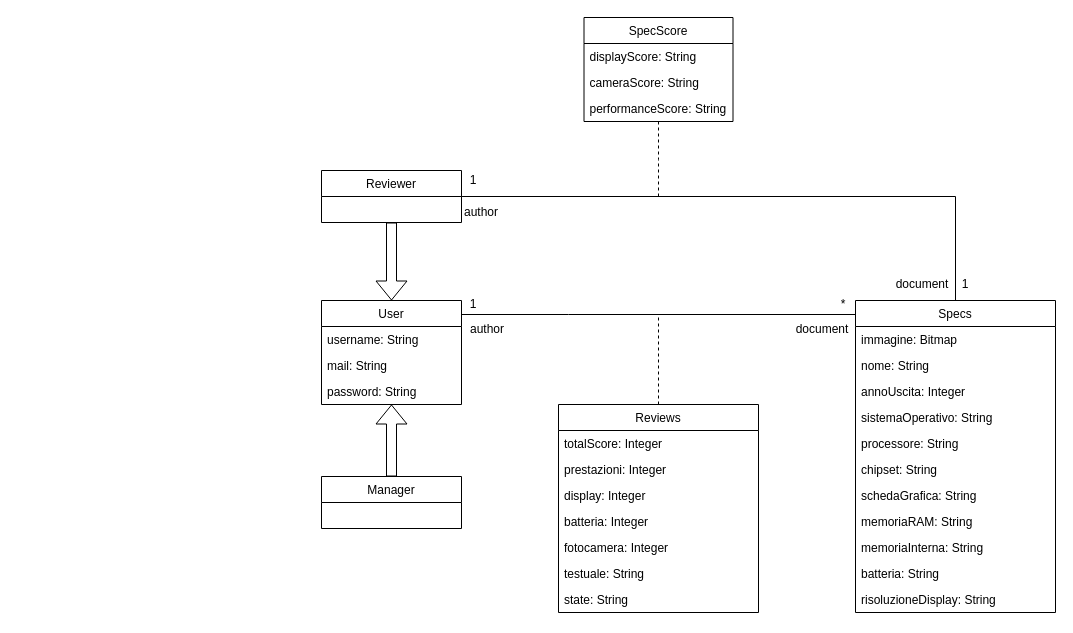
Before: doc/diagrams/ClassDiagram.drawio in alfonsograziano/Progetto-IS-FIA, a draw.io diagram. Source tidied: cells renumbered, new cells numbered last; positions are measured from the earlier drawing's top-left corner, leaving out a move shared by most shapes. Both pictures are drawn from the tidied source at 100%, with x=0, y=0 at pixel (321, 17).
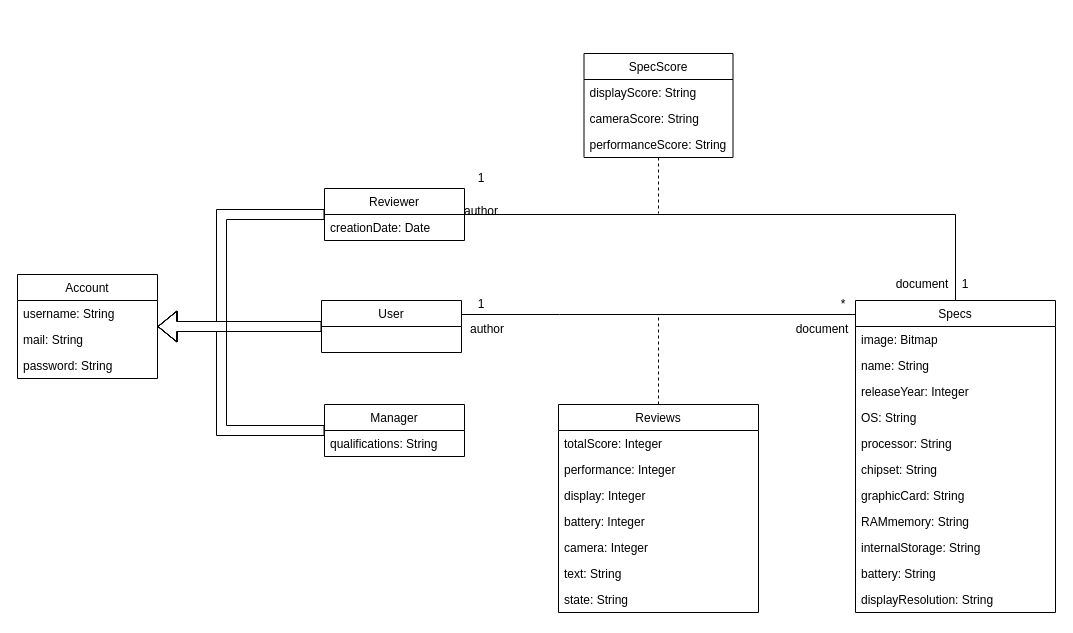
The same page after the edit.

The change refers to these unchanged cells:
```xml
<mxCell id="11" value="Specs" style="swimlane;fontStyle=0;horizontal=1;startSize=26;fillColor=none;fontSize=12;" parent="1" vertex="1">
  <mxGeometry x="534" y="283" width="200" height="312" as="geometry" />
</mxCell>
<mxCell id="24" value="Reviews" style="swimlane;fontStyle=0;horizontal=1;startSize=26;fillColor=none;fontSize=12;" parent="1" vertex="1">
  <mxGeometry x="237" y="387" width="200" height="208" as="geometry" />
</mxCell>
```

Diff of the diagram source:
```diff
@@
     <mxCell id="4" value="1" style="text;html=1;strokeColor=none;fillColor=none;align=center;verticalAlign=middle;whiteSpace=wrap;rounded=0;" parent="1" vertex="1">
-      <mxGeometry x="132" y="277" width="40" height="20" as="geometry" />
+      <mxGeometry x="140" y="277" width="40" height="20" as="geometry" />
     </mxCell>
@@
-    <mxCell id="6" style="edgeStyle=orthogonalEdgeStyle;rounded=0;jettySize=auto;html=1;endArrow=none;endFill=0;fontSize=12;verticalAlign=bottom;" parent="1" edge="1" source="7" target="11">
+    <mxCell id="6" style="edgeStyle=orthogonalEdgeStyle;rounded=0;jettySize=auto;html=1;endArrow=none;endFill=0;" parent="1" edge="1" source="7" target="11">
       <mxGeometry relative="1" as="geometry">
         <Array as="points">
-          <mxPoint x="247" y="297" />
-          <mxPoint x="247" y="297" />
+          <mxPoint x="238" y="297" />
+          <mxPoint x="238" y="297" />
         </Array>
       </mxGeometry>
     </mxCell>
+    <mxCell id="46" style="edgeStyle=orthogonalEdgeStyle;shape=flexArrow;rounded=0;jettySize=auto;html=1;endArrow=block;endFill=0;strokeWidth=1;" parent="1" edge="1" source="7" target="52">
+      <mxGeometry relative="1" as="geometry" />
+    </mxCell>
     <mxCell id="7" value="User" style="swimlane;fontStyle=0;horizontal=1;startSize=26;fillColor=none;fontSize=12;" parent="1" vertex="1">
-      <mxGeometry y="283" width="140" height="104" as="geometry" />
+      <mxGeometry y="283" width="140" height="52" as="geometry" />
     </mxCell>
-    <mxCell id="8" value="username: String" style="text;strokeColor=none;fillColor=none;align=left;verticalAlign=top;spacingLeft=4;spacingRight=4;overflow=hidden;" parent="7" vertex="1">
-      <mxGeometry y="26" width="140" height="26" as="geometry" />
-    </mxCell>
-    <mxCell id="9" value="mail: String" style="text;strokeColor=none;fillColor=none;align=left;verticalAlign=top;spacingLeft=4;spacingRight=4;overflow=hidden;" parent="7" vertex="1">
-      <mxGeometry y="52" width="140" height="26" as="geometry" />
-    </mxCell>
-    <mxCell id="10" value="password: String" style="text;strokeColor=none;fillColor=none;align=left;verticalAlign=top;spacingLeft=4;spacingRight=4;overflow=hidden;" parent="7" vertex="1">
-      <mxGeometry y="78" width="140" height="26" as="geometry" />
-    </mxCell>
@@
-    <mxCell id="12" value="immagine: Bitmap" style="text;strokeColor=none;fillColor=none;align=left;verticalAlign=top;spacingLeft=4;spacingRight=4;overflow=hidden;" parent="11" vertex="1">
+    <mxCell id="12" value="image: Bitmap" style="text;strokeColor=none;fillColor=none;align=left;verticalAlign=top;spacingLeft=4;spacingRight=4;overflow=hidden;" parent="11" vertex="1">
       <mxGeometry y="26" width="200" height="26" as="geometry" />
     </mxCell>
-    <mxCell id="13" value="nome: String" style="text;strokeColor=none;fillColor=none;align=left;verticalAlign=top;spacingLeft=4;spacingRight=4;overflow=hidden;" parent="11" vertex="1">
+    <mxCell id="13" value="name: String" style="text;strokeColor=none;fillColor=none;align=left;verticalAlign=top;spacingLeft=4;spacingRight=4;overflow=hidden;" parent="11" vertex="1">
       <mxGeometry y="52" width="200" height="26" as="geometry" />
     </mxCell>
-    <mxCell id="14" value="annoUscita: Integer" style="text;strokeColor=none;fillColor=none;align=left;verticalAlign=top;spacingLeft=4;spacingRight=4;overflow=hidden;" parent="11" vertex="1">
+    <mxCell id="14" value="releaseYear: Integer" style="text;strokeColor=none;fillColor=none;align=left;verticalAlign=top;spacingLeft=4;spacingRight=4;overflow=hidden;" parent="11" vertex="1">
       <mxGeometry y="78" width="200" height="26" as="geometry" />
     </mxCell>
-    <mxCell id="15" value="sistemaOperativo: String" style="text;strokeColor=none;fillColor=none;align=left;verticalAlign=top;spacingLeft=4;spacingRight=4;overflow=hidden;fontSize=12;" parent="11" vertex="1">
+    <mxCell id="15" value="OS: String" style="text;strokeColor=none;fillColor=none;align=left;verticalAlign=top;spacingLeft=4;spacingRight=4;overflow=hidden;fontSize=12;" parent="11" vertex="1">
       <mxGeometry y="104" width="200" height="26" as="geometry" />
     </mxCell>
-    <mxCell id="16" value="processore: String" style="text;strokeColor=none;fillColor=none;align=left;verticalAlign=top;spacingLeft=4;spacingRight=4;overflow=hidden;fontSize=12;" parent="11" vertex="1">
+    <mxCell id="16" value="processor: String" style="text;strokeColor=none;fillColor=none;align=left;verticalAlign=top;spacingLeft=4;spacingRight=4;overflow=hidden;fontSize=12;" parent="11" vertex="1">
       <mxGeometry y="130" width="200" height="26" as="geometry" />
     </mxCell>
@@
-    <mxCell id="18" value="schedaGrafica: String" style="text;strokeColor=none;fillColor=none;align=left;verticalAlign=top;spacingLeft=4;spacingRight=4;overflow=hidden;" parent="11" vertex="1">
+    <mxCell id="18" value="graphicCard: String" style="text;strokeColor=none;fillColor=none;align=left;verticalAlign=top;spacingLeft=4;spacingRight=4;overflow=hidden;" parent="11" vertex="1">
       <mxGeometry y="182" width="200" height="26" as="geometry" />
     </mxCell>
-    <mxCell id="19" value="memoriaRAM: String" style="text;strokeColor=none;fillColor=none;align=left;verticalAlign=top;spacingLeft=4;spacingRight=4;overflow=hidden;" parent="11" vertex="1">
+    <mxCell id="19" value="RAMmemory: String" style="text;strokeColor=none;fillColor=none;align=left;verticalAlign=top;spacingLeft=4;spacingRight=4;overflow=hidden;" parent="11" vertex="1">
       <mxGeometry y="208" width="200" height="26" as="geometry" />
     </mxCell>
-    <mxCell id="20" value="memoriaInterna: String" style="text;strokeColor=none;fillColor=none;align=left;verticalAlign=top;spacingLeft=4;spacingRight=4;overflow=hidden;" parent="11" vertex="1">
+    <mxCell id="20" value="internalStorage: String" style="text;strokeColor=none;fillColor=none;align=left;verticalAlign=top;spacingLeft=4;spacingRight=4;overflow=hidden;" parent="11" vertex="1">
       <mxGeometry y="234" width="200" height="26" as="geometry" />
     </mxCell>
-    <mxCell id="21" value="batteria: String" style="text;strokeColor=none;fillColor=none;align=left;verticalAlign=top;spacingLeft=4;spacingRight=4;overflow=hidden;" parent="11" vertex="1">
+    <mxCell id="21" value="battery: String" style="text;strokeColor=none;fillColor=none;align=left;verticalAlign=top;spacingLeft=4;spacingRight=4;overflow=hidden;" parent="11" vertex="1">
       <mxGeometry y="260" width="200" height="26" as="geometry" />
     </mxCell>
-    <mxCell id="22" value="risoluzioneDisplay: String" style="text;strokeColor=none;fillColor=none;align=left;verticalAlign=top;spacingLeft=4;spacingRight=4;overflow=hidden;" parent="11" vertex="1">
+    <mxCell id="22" value="displayResolution: String" style="text;strokeColor=none;fillColor=none;align=left;verticalAlign=top;spacingLeft=4;spacingRight=4;overflow=hidden;" parent="11" vertex="1">
       <mxGeometry y="286" width="200" height="26" as="geometry" />
     </mxCell>
@@
-    <mxCell id="26" value="prestazioni: Integer" style="text;strokeColor=none;fillColor=none;align=left;verticalAlign=top;spacingLeft=4;spacingRight=4;overflow=hidden;" parent="24" vertex="1">
+    <mxCell id="26" value="performance: Integer" style="text;strokeColor=none;fillColor=none;align=left;verticalAlign=top;spacingLeft=4;spacingRight=4;overflow=hidden;" parent="24" vertex="1">
       <mxGeometry y="52" width="200" height="26" as="geometry" />
     </mxCell>
@@
-    <mxCell id="28" value="batteria: Integer" style="text;strokeColor=none;fillColor=none;align=left;verticalAlign=top;spacingLeft=4;spacingRight=4;overflow=hidden;fontSize=12;" parent="24" vertex="1">
+    <mxCell id="28" value="battery: Integer" style="text;strokeColor=none;fillColor=none;align=left;verticalAlign=top;spacingLeft=4;spacingRight=4;overflow=hidden;fontSize=12;" parent="24" vertex="1">
       <mxGeometry y="104" width="200" height="26" as="geometry" />
     </mxCell>
-    <mxCell id="29" value="fotocamera: Integer" style="text;strokeColor=none;fillColor=none;align=left;verticalAlign=top;spacingLeft=4;spacingRight=4;overflow=hidden;fontSize=12;" parent="24" vertex="1">
+    <mxCell id="29" value="camera: Integer" style="text;strokeColor=none;fillColor=none;align=left;verticalAlign=top;spacingLeft=4;spacingRight=4;overflow=hidden;fontSize=12;" parent="24" vertex="1">
       <mxGeometry y="130" width="200" height="26" as="geometry" />
     </mxCell>
-    <mxCell id="30" value="testuale: String" style="text;strokeColor=none;fillColor=none;align=left;verticalAlign=top;spacingLeft=4;spacingRight=4;overflow=hidden;fontSize=12;" parent="24" vertex="1">
+    <mxCell id="30" value="text: String" style="text;strokeColor=none;fillColor=none;align=left;verticalAlign=top;spacingLeft=4;spacingRight=4;overflow=hidden;fontSize=12;" parent="24" vertex="1">
       <mxGeometry y="156" width="200" height="26" as="geometry" />
     </mxCell>
@@
-    <mxCell id="32" style="edgeStyle=orthogonalEdgeStyle;shape=flexArrow;rounded=0;jettySize=auto;html=1;entryX=0.5;entryY=1;entryDx=0;entryDy=0;" parent="1" edge="1" source="33" target="7">
-      <mxGeometry relative="1" as="geometry" />
-    </mxCell>
+    <mxCell id="47" style="edgeStyle=orthogonalEdgeStyle;shape=flexArrow;rounded=0;jettySize=auto;html=1;endArrow=block;endFill=0;strokeWidth=1;fillColor=none;" parent="1" edge="1" source="33" target="52">
+      <mxGeometry relative="1" as="geometry">
+        <Array as="points">
+          <mxPoint x="-100" y="413" />
+          <mxPoint x="-100" y="309" />
+        </Array>
+      </mxGeometry>
+    </mxCell>
     <mxCell id="33" value="Manager" style="swimlane;fontStyle=0;horizontal=1;startSize=26;fillColor=none;fontSize=12;" parent="1" vertex="1">
-      <mxGeometry y="459" width="140" height="52" as="geometry" />
+      <mxGeometry x="3" y="387" width="140" height="52" as="geometry" />
     </mxCell>
-    <mxCell id="34" style="edgeStyle=orthogonalEdgeStyle;shape=flexArrow;rounded=0;jettySize=auto;html=1;entryX=0.5;entryY=0;entryDx=0;entryDy=0;" parent="1" edge="1" source="36" target="7">
-      <mxGeometry relative="1" as="geometry" />
-    </mxCell>
+    <mxCell id="48" value="qualifications: String" style="text;strokeColor=none;fillColor=none;align=left;verticalAlign=top;spacingLeft=4;spacingRight=4;overflow=hidden;" parent="33" vertex="1">
+      <mxGeometry y="26" width="140" height="26" as="geometry" />
+    </mxCell>
@@
+    <mxCell id="49" style="edgeStyle=orthogonalEdgeStyle;rounded=0;jettySize=auto;html=1;endArrow=classic;endFill=1;shape=flexArrow;" parent="1" edge="1" source="36" target="52">
+      <mxGeometry relative="1" as="geometry">
+        <Array as="points">
+          <mxPoint x="-100" y="197" />
+          <mxPoint x="-100" y="309" />
+        </Array>
+      </mxGeometry>
+    </mxCell>
     <mxCell id="36" value="Reviewer" style="swimlane;fontStyle=0;horizontal=1;startSize=26;fillColor=none;fontSize=12;" parent="1" vertex="1">
-      <mxGeometry y="153" width="140" height="52" as="geometry" />
+      <mxGeometry x="3" y="171" width="140" height="52" as="geometry" />
     </mxCell>
+    <mxCell id="50" value="creationDate: Date" style="text;strokeColor=none;fillColor=none;align=left;verticalAlign=top;spacingLeft=4;spacingRight=4;overflow=hidden;" parent="36" vertex="1">
+      <mxGeometry y="26" width="140" height="26" as="geometry" />
+    </mxCell>
     <mxCell id="37" value="1" style="text;html=1;strokeColor=none;fillColor=none;align=center;verticalAlign=middle;whiteSpace=wrap;rounded=0;" parent="1" vertex="1">
-      <mxGeometry x="132" y="153" width="40" height="20" as="geometry" />
+      <mxGeometry x="140" y="151" width="40" height="20" as="geometry" />
     </mxCell>
@@
-    <mxCell id="39" style="edgeStyle=orthogonalEdgeStyle;rounded=0;jettySize=auto;html=1;endArrow=none;endFill=0;dashed=1;" parent="1" edge="1" source="40">
-      <mxGeometry relative="1" as="geometry">
-        <mxPoint x="337" y="180" as="targetPoint" />
-      </mxGeometry>
-    </mxCell>
+    <mxCell id="51" style="edgeStyle=orthogonalEdgeStyle;rounded=0;jettySize=auto;html=1;endArrow=none;endFill=0;dashed=1;" parent="1" edge="1" source="40">
+      <mxGeometry relative="1" as="geometry">
+        <mxPoint x="337" y="196" as="targetPoint" />
+      </mxGeometry>
+    </mxCell>
     <mxCell id="40" value="SpecScore" style="swimlane;fontStyle=0;horizontal=1;startSize=26;fillColor=none;fontSize=12;" parent="1" vertex="1">
-      <mxGeometry x="262.5" width="149" height="104" as="geometry" />
+      <mxGeometry x="262.5" y="36" width="149" height="104" as="geometry" />
     </mxCell>
@@
     <mxCell id="44" value="author" style="text;html=1;strokeColor=none;fillColor=none;align=center;verticalAlign=middle;whiteSpace=wrap;rounded=0;" parent="1" vertex="1">
-      <mxGeometry x="140" y="185" width="40" height="20" as="geometry" />
+      <mxGeometry x="140" y="184" width="40" height="20" as="geometry" />
     </mxCell>
@@
+    <mxCell id="52" value="Account" style="swimlane;fontStyle=0;horizontal=1;startSize=26;fillColor=none;fontSize=12;" parent="1" vertex="1">
+      <mxGeometry x="-304" y="257" width="140" height="104" as="geometry" />
+    </mxCell>
+    <mxCell id="8" value="username: String" style="text;strokeColor=none;fillColor=none;align=left;verticalAlign=top;spacingLeft=4;spacingRight=4;overflow=hidden;" parent="52" vertex="1">
+      <mxGeometry y="26" width="140" height="26" as="geometry" />
+    </mxCell>
+    <mxCell id="9" value="mail: String" style="text;strokeColor=none;fillColor=none;align=left;verticalAlign=top;spacingLeft=4;spacingRight=4;overflow=hidden;" parent="52" vertex="1">
+      <mxGeometry y="52" width="140" height="26" as="geometry" />
+    </mxCell>
+    <mxCell id="10" value="password: String" style="text;strokeColor=none;fillColor=none;align=left;verticalAlign=top;spacingLeft=4;spacingRight=4;overflow=hidden;" parent="52" vertex="1">
+      <mxGeometry y="78" width="140" height="26" as="geometry" />
+    </mxCell>
```
